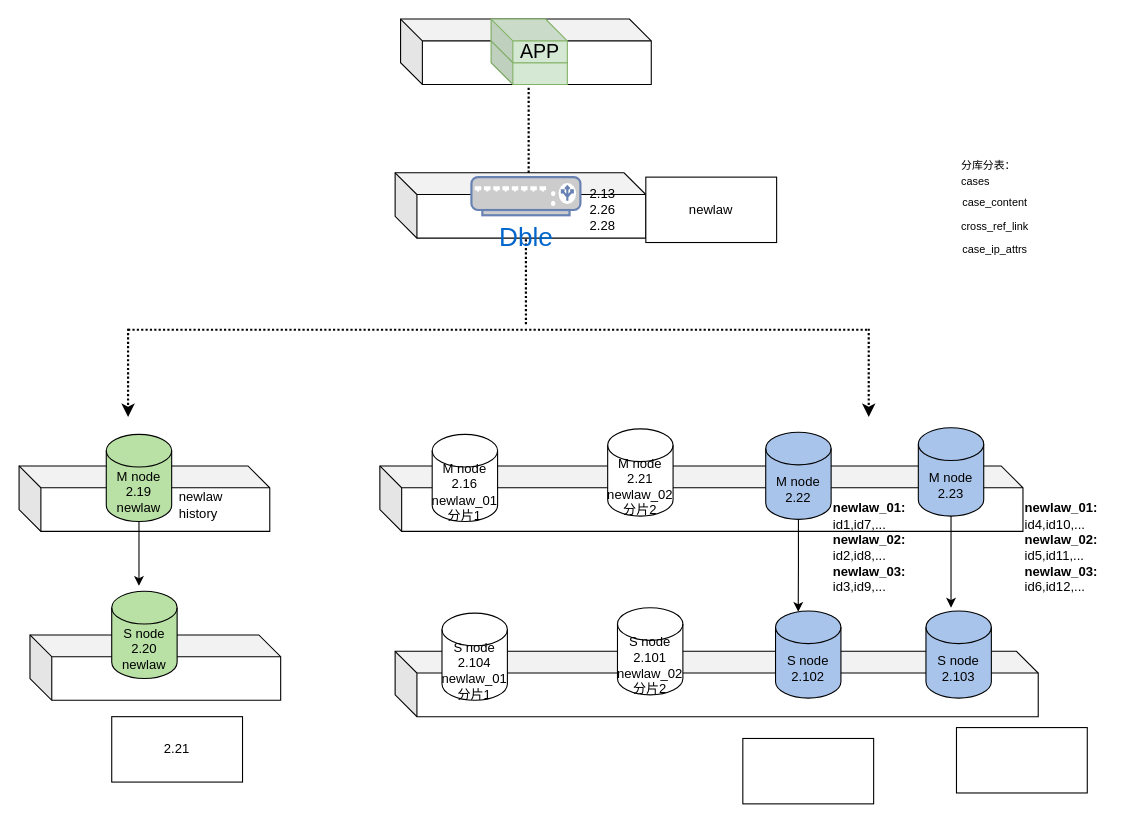
Earlier version of the draw.io diagram dble.drawio (leiting6/diagrams). Source tidied: cells renumbered, new cells numbered last; positions are measured from the earlier drawing's top-left corner, leaving out a move shared by most shapes. Both pictures are drawn from the tidied source at 109%, with x=0, y=0 at pixel (19, 19).
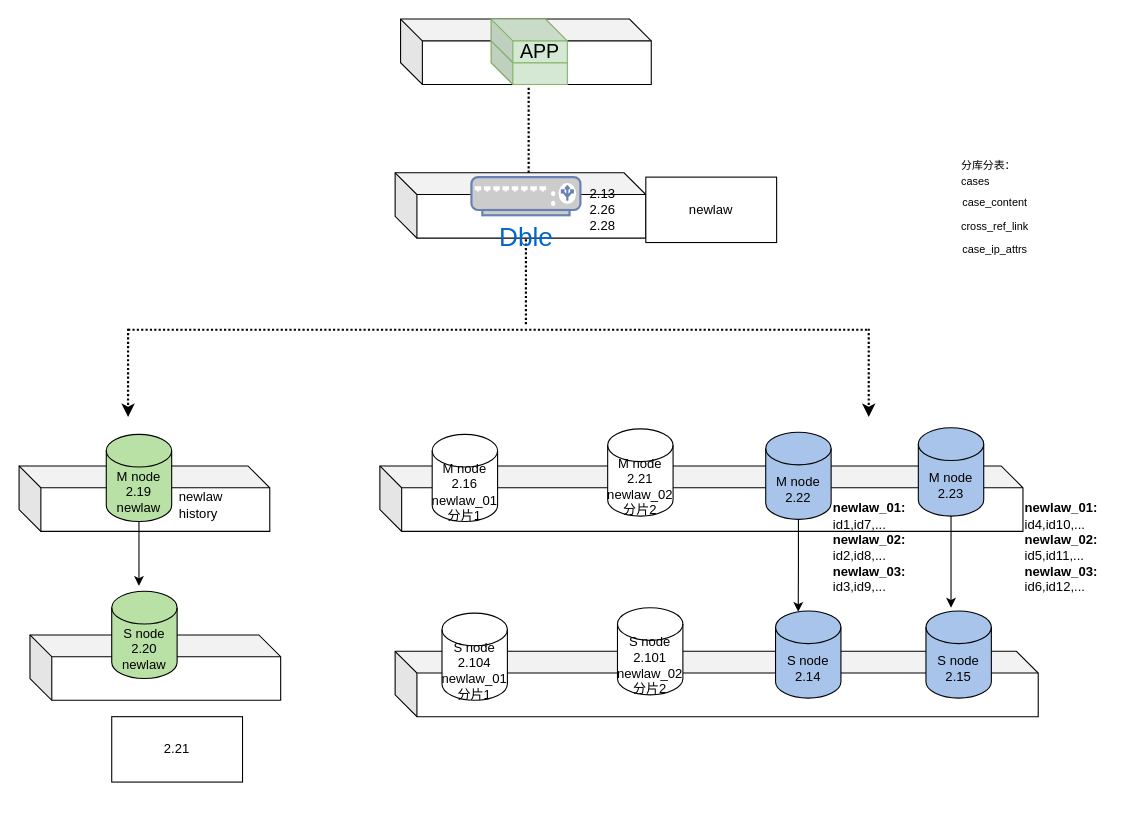
After the change.

Change to the diagram source:
```diff
@@
-    <mxCell id="18" value="S node 2.102" style="shape=cylinder3;whiteSpace=wrap;html=1;boundedLbl=1;backgroundOutline=1;size=15;fillColor=#A9C4EB;" parent="1" vertex="1">
+    <mxCell id="18" value="S node 2.14" style="shape=cylinder3;whiteSpace=wrap;html=1;boundedLbl=1;backgroundOutline=1;size=15;fillColor=#A9C4EB;" parent="1" vertex="1">
       <mxGeometry x="694" y="543" width="60" height="80" as="geometry" />
     </mxCell>
-    <mxCell id="19" value="S node 2.103" style="shape=cylinder3;whiteSpace=wrap;html=1;boundedLbl=1;backgroundOutline=1;size=15;fillColor=#A9C4EB;" parent="1" vertex="1">
+    <mxCell id="19" value="S node 2.15" style="shape=cylinder3;whiteSpace=wrap;html=1;boundedLbl=1;backgroundOutline=1;size=15;fillColor=#A9C4EB;" parent="1" vertex="1">
       <mxGeometry x="832" y="543" width="60" height="80" as="geometry" />
     </mxCell>
@@
-    <mxCell id="35" style="rounded=0;whiteSpace=wrap;html=1;" parent="1" vertex="1">
-      <mxGeometry x="664" y="660" width="120" height="60" as="geometry" />
-    </mxCell>
-    <mxCell id="36" style="rounded=0;whiteSpace=wrap;html=1;" parent="1" vertex="1">
-      <mxGeometry x="860" y="650" width="120" height="60" as="geometry" />
-    </mxCell>
```
